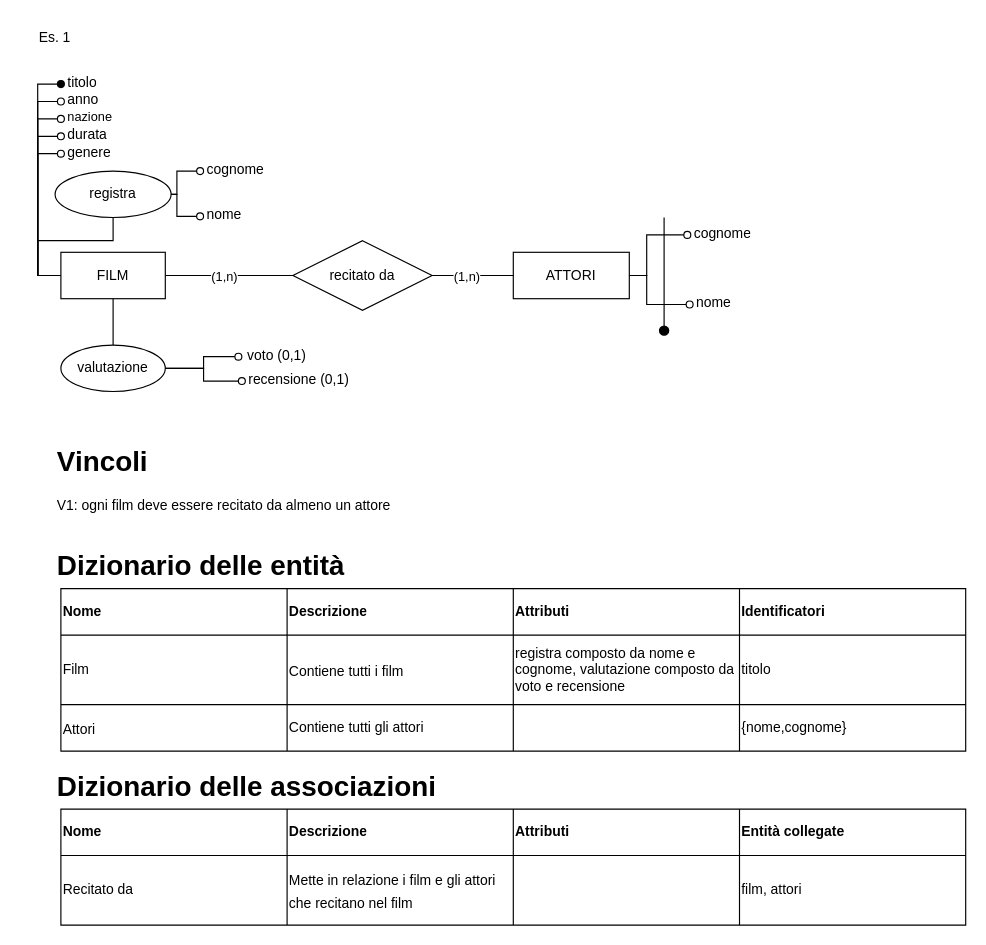
Above: page "Page-1" (1 of 6) of esercizio_cinema/Esercizio-Cinema.drawio in RaphyJake/Basi-di-dati (draw.io), before the change. Source tidied: cells renumbered, new cells numbered last; positions are measured from the earlier drawing's top-left corner, leaving out a move shared by most shapes. Both pictures are drawn from the tidied source at 116%, with x=0, y=0 at pixel (20, 20).
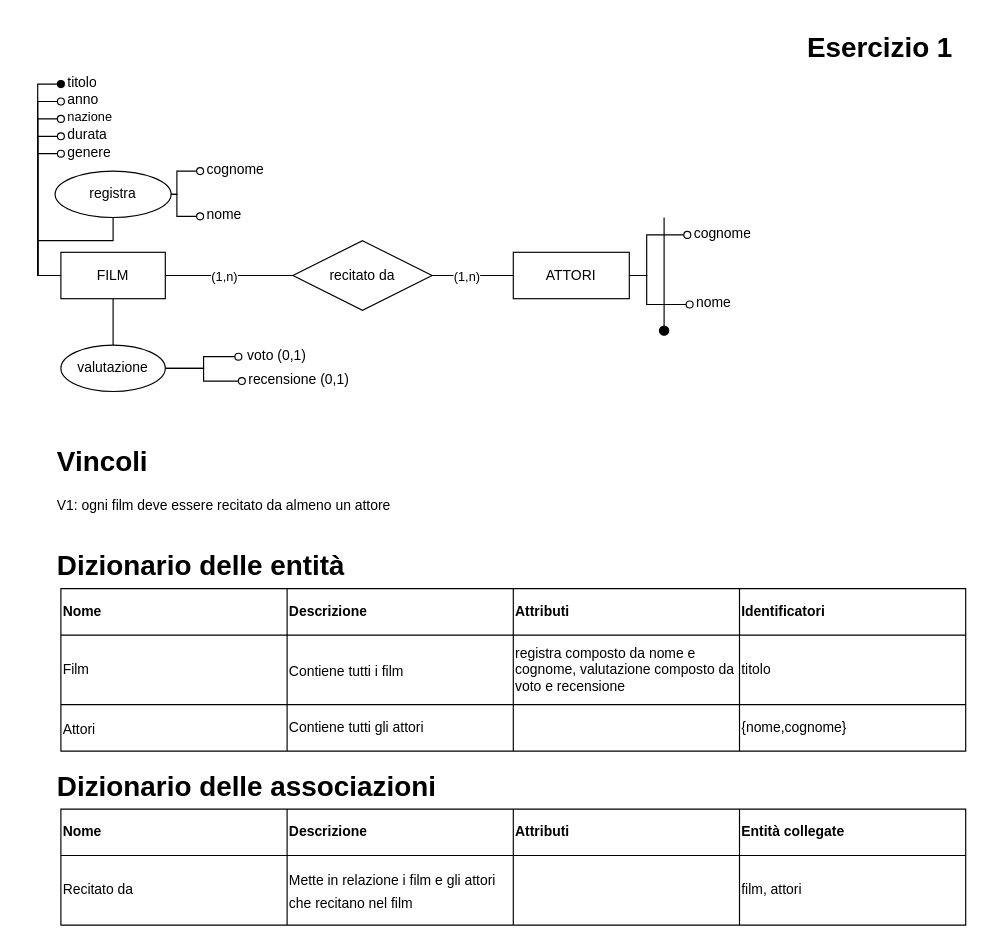
After the change.

What changed in the source:
```diff
@@
-    <mxCell id="36" value="Es. 1" style="text;html=1;align=center;verticalAlign=middle;whiteSpace=wrap;rounded=0;" parent="1" vertex="1">
-      <mxGeometry width="60" height="30" as="geometry" />
-    </mxCell>
@@
+    <mxCell id="68" value="&lt;h1 style=&quot;margin-top: 0px;&quot;&gt;Esercizio 1&lt;/h1&gt;" style="text;html=1;whiteSpace=wrap;overflow=hidden;rounded=0;fontFamily=Helvetica;fontSize=12;fontColor=default;align=right;" parent="1" vertex="1">
+      <mxGeometry x="666" y="3" width="140" height="40" as="geometry" />
+    </mxCell>
```
